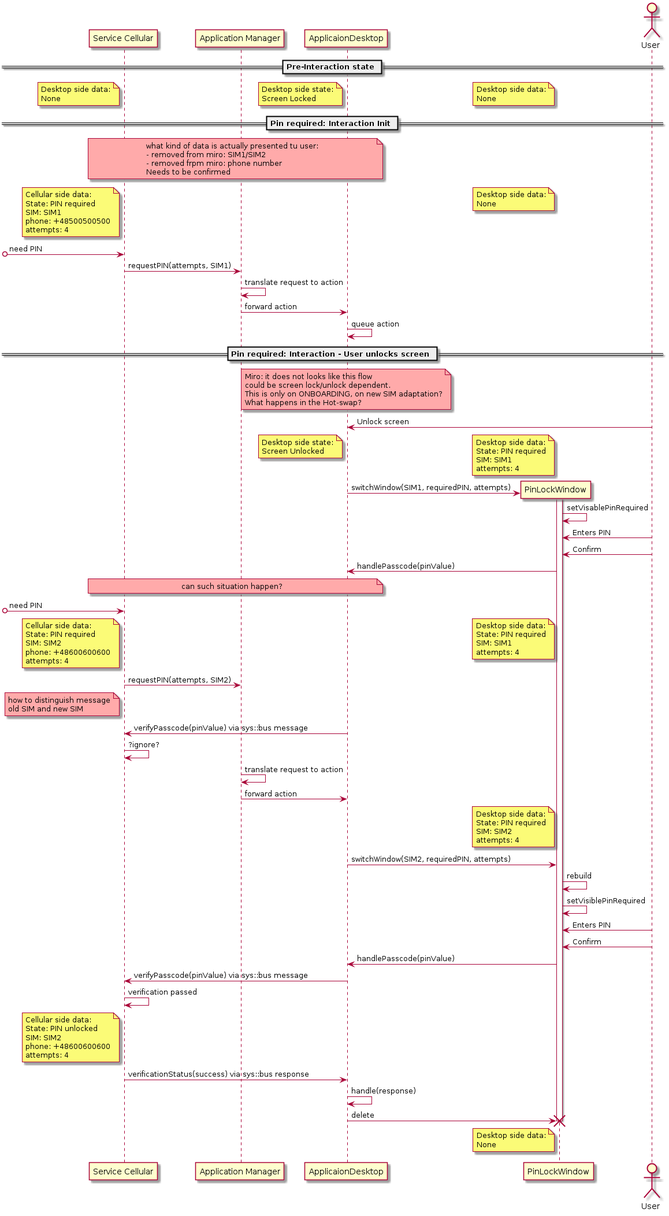
Before: module-apps/application-desktop/doc/appdesktop_pinflow_simrace.png, a diagram exported from PlantUML (mudita/MuditaOS). Its diagram source:
```plantuml
@startuml

participant "Service Cellular" as srvclr
participant "Application Manager" as appmgr
participant "ApplicaionDesktop" as appdsktp
participant "PinLockWindow" as pinwin
actor User

    == Pre-Interaction state ==
!pragma teoz true
note left of srvclr
    Desktop side data:
    None
end note
/ note left of pinwin
    Desktop side data:
    None
end note
/ note left of appdsktp
    Desktop side state:
    Screen Locked
end note


    == Pin required: Interaction Init ==
note over srvclr, appdsktp #FFAAAA
    what kind of data is actually presented tu user:
    - removed from miro: SIM1/SIM2
    - removed frpm miro: phone number
    Needs to be confirmed
end note

note left of srvclr
    Cellular side data:
    State: PIN required
    SIM: SIM1
    phone: +48500500500
    attempts: 4
end note
/ note left of pinwin
    Desktop side data:
    None
end note

[o->srvclr : need PIN

srvclr -> appmgr : requestPIN(attempts, SIM1)
    appmgr -> appmgr : translate request to action
    appmgr -> appdsktp : forward action
        appdsktp -> appdsktp : queue action


    == Pin required: Interaction - User unlocks screen ==
note over appdsktp #FFAAAA
    Miro: it does not looks like this flow
    could be screen lock/unlock dependent.
    This is only on ONBOARDING, on new SIM adaptation?
    What happens in the Hot-swap?
end note

        appdsktp <- User : Unlock screen
note left of pinwin
    Desktop side data:
    State: PIN required
    SIM: SIM1
    attempts: 4
end note
/ note left of appdsktp
    Desktop side state:
    Screen Unlocked
end note
        appdsktp -> pinwin ** : switchWindow(SIM1, requiredPIN, attempts)
            activate pinwin
            pinwin -> pinwin : setVisablePinRequired
            pinwin <- User : Enters PIN
            pinwin <- User : Confirm
        appdsktp <- pinwin : handlePasscode(pinValue)

note over srvclr, appdsktp #FFAAAA
    can such situation happen?
end note

[o->srvclr : need PIN

note left of srvclr
    Cellular side data:
    State: PIN required
    SIM: SIM2
    phone: +48600600600
    attempts: 4
end note
/ note left of pinwin
    Desktop side data:
    State: PIN required
    SIM: SIM1
    attempts: 4
end note

srvclr -> appmgr : requestPIN(attempts, SIM2)

note left of srvclr #FFAAAA
    how to distinguish message
    old SIM and new SIM
end note

srvclr <- appdsktp : verifyPasscode(pinValue) via sys::bus message
srvclr -> srvclr : ?ignore?


    appmgr -> appmgr : translate request to action
    appmgr -> appdsktp : forward action
note left of pinwin
    Desktop side data:
    State: PIN required
    SIM: SIM2
    attempts: 4
end note
        appdsktp -> pinwin : switchWindow(SIM2, requiredPIN, attempts)
            pinwin -> pinwin : rebuild
            pinwin -> pinwin : setVisiblePinRequired
            pinwin <- User : Enters PIN
            pinwin <- User : Confirm
        appdsktp <- pinwin : handlePasscode(pinValue)
srvclr <- appdsktp : verifyPasscode(pinValue) via sys::bus message
srvclr -> srvclr : verification passed
note left of srvclr
    Cellular side data:
    State: PIN unlocked
    SIM: SIM2
    phone: +48600600600
    attempts: 4
end note
srvclr -> appdsktp : verificationStatus(success) via sys::bus response
        appdsktp -> appdsktp : handle(response)
        appdsktp -> pinwin !! : delete
note left of pinwin
    Desktop side data:
    None
end note

@enduml
```
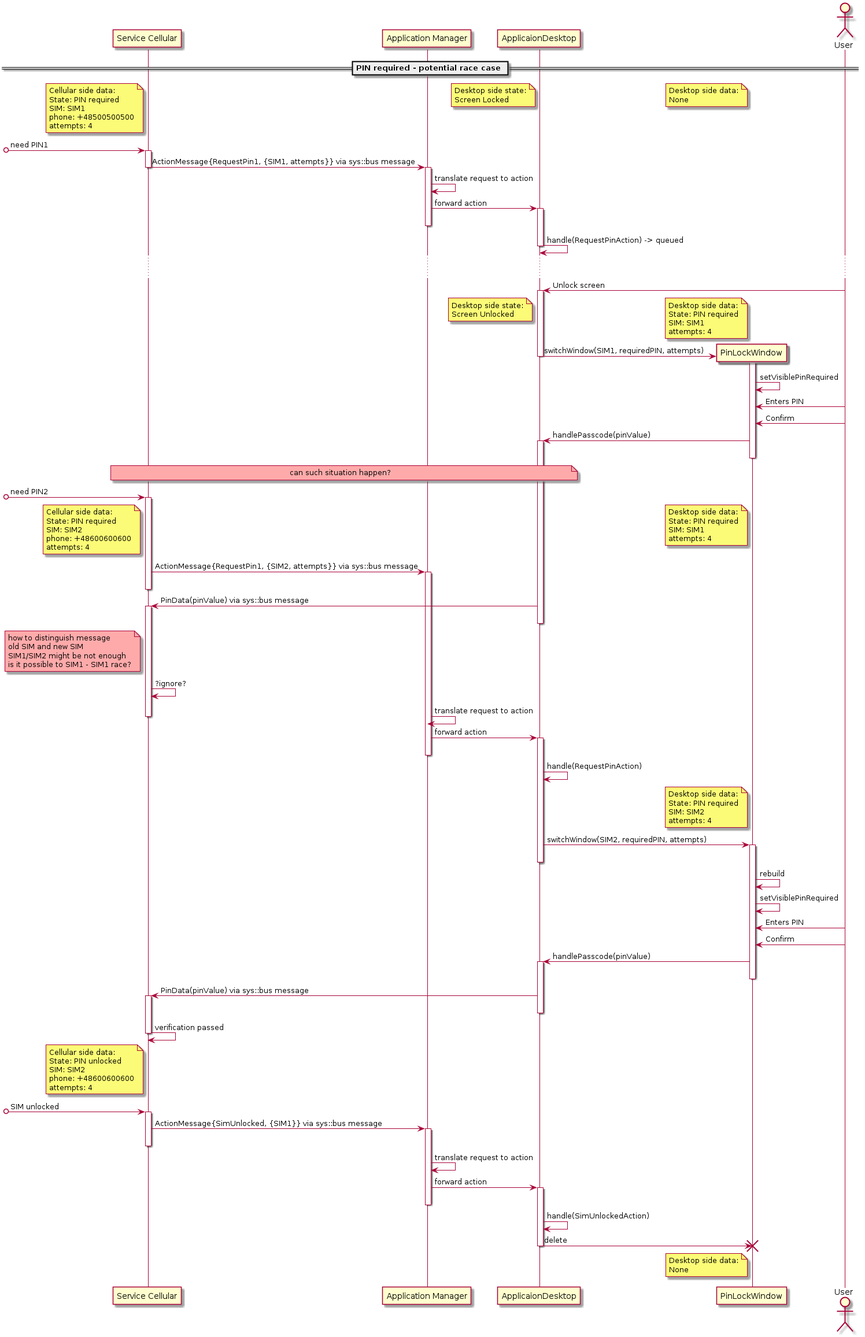
Later version of the same file.

What changed in the source:
```diff
@@ -6,29 +6,7 @@
 participant "PinLockWindow" as pinwin
 actor User
 
-    == Pre-Interaction state ==
-!pragma teoz true
-note left of srvclr
-    Desktop side data:
-    None
-end note
-/ note left of pinwin
-    Desktop side data:
-    None
-end note
-/ note left of appdsktp
-    Desktop side state:
-    Screen Locked
-end note
-
-
-    == Pin required: Interaction Init ==
-note over srvclr, appdsktp #FFAAAA
-    what kind of data is actually presented tu user:
-    - removed from miro: SIM1/SIM2
-    - removed frpm miro: phone number
-    Needs to be confirmed
-end note
+    == PIN required - potential race case ==
 
 note left of srvclr
     Cellular side data:
@@ -37,28 +15,31 @@
     phone: +48500500500
     attempts: 4
 end note
+/ note left of appdsktp
+    Desktop side state:
+    Screen Locked
+end note
 / note left of pinwin
     Desktop side data:
     None
 end note
 
-[o->srvclr : need PIN
-
-srvclr -> appmgr : requestPIN(attempts, SIM1)
+[o->srvclr : need PIN1
+    activate srvclr
+srvclr -> appmgr : ActionMessage{RequestPin1, {SIM1, attempts}} via sys::bus message
+    deactivate srvclr
+    activate appmgr
     appmgr -> appmgr : translate request to action
     appmgr -> appdsktp : forward action
-        appdsktp -> appdsktp : queue action
+        activate appdsktp
+    deactivate appmgr
+        appdsktp -> appdsktp : handle(RequestPinAction) -> queued
+        deactivate appdsktp
 
+        ... ...
+        appdsktp <- User : Unlock screen
+        activate appdsktp
 
-    == Pin required: Interaction - User unlocks screen ==
-note over appdsktp #FFAAAA
-    Miro: it does not looks like this flow
-    could be screen lock/unlock dependent.
-    This is only on ONBOARDING, on new SIM adaptation?
-    What happens in the Hot-swap?
-end note
-
-        appdsktp <- User : Unlock screen
 note left of pinwin
     Desktop side data:
     State: PIN required
@@ -69,18 +50,22 @@
     Desktop side state:
     Screen Unlocked
 end note
+
         appdsktp -> pinwin ** : switchWindow(SIM1, requiredPIN, attempts)
+        deactivate appdsktp
             activate pinwin
-            pinwin -> pinwin : setVisablePinRequired
+            pinwin -> pinwin : setVisiblePinRequired
             pinwin <- User : Enters PIN
             pinwin <- User : Confirm
         appdsktp <- pinwin : handlePasscode(pinValue)
-
+        activate appdsktp
+            deactivate pinwin
 note over srvclr, appdsktp #FFAAAA
     can such situation happen?
 end note
 
-[o->srvclr : need PIN
+[o->srvclr : need PIN2
+activate srvclr
 
 note left of srvclr
     Cellular side data:
@@ -96,33 +81,50 @@
     attempts: 4
 end note
 
-srvclr -> appmgr : requestPIN(attempts, SIM2)
+srvclr -> appmgr : ActionMessage{RequestPin1, {SIM2, attempts}} via sys::bus message
+    activate appmgr
+deactivate srvclr
 
+srvclr <- appdsktp : PinData(pinValue) via sys::bus message
+activate srvclr
+        deactivate appdsktp
 note left of srvclr #FFAAAA
     how to distinguish message
     old SIM and new SIM
+    SIM1/SIM2 might be not enough
+    is it possible to SIM1 - SIM1 race?
 end note
-
-srvclr <- appdsktp : verifyPasscode(pinValue) via sys::bus message
 srvclr -> srvclr : ?ignore?
 
+    appmgr -> appmgr : translate request to action
+deactivate srvclr
+    appmgr -> appdsktp : forward action
+        activate appdsktp
+    deactivate appmgr
+        appdsktp -> appdsktp : handle(RequestPinAction)
 
-    appmgr -> appmgr : translate request to action
-    appmgr -> appdsktp : forward action
 note left of pinwin
     Desktop side data:
     State: PIN required
     SIM: SIM2
     attempts: 4
 end note
+
         appdsktp -> pinwin : switchWindow(SIM2, requiredPIN, attempts)
+            activate pinwin
+        deactivate appdsktp
             pinwin -> pinwin : rebuild
             pinwin -> pinwin : setVisiblePinRequired
             pinwin <- User : Enters PIN
             pinwin <- User : Confirm
         appdsktp <- pinwin : handlePasscode(pinValue)
-srvclr <- appdsktp : verifyPasscode(pinValue) via sys::bus message
+        activate appdsktp
+            deactivate pinwin
+srvclr <- appdsktp : PinData(pinValue) via sys::bus message
+activate srvclr
+        deactivate appdsktp
 srvclr -> srvclr : verification passed
+deactivate srvclr
 note left of srvclr
     Cellular side data:
     State: PIN unlocked
@@ -130,9 +132,19 @@
     phone: +48600600600
     attempts: 4
 end note
-srvclr -> appdsktp : verificationStatus(success) via sys::bus response
-        appdsktp -> appdsktp : handle(response)
+
+[o->srvclr : SIM unlocked
+activate srvclr
+srvclr -> appmgr : ActionMessage{SimUnlocked, {SIM1}} via sys::bus message
+    activate appmgr
+deactivate srvclr
+    appmgr -> appmgr : translate request to action
+    appmgr -> appdsktp : forward action
+        activate appdsktp
+    deactivate appmgr
+        appdsktp -> appdsktp : handle(SimUnlockedAction)
         appdsktp -> pinwin !! : delete
+        deactivate appdsktp
 note left of pinwin
     Desktop side data:
     None
```
